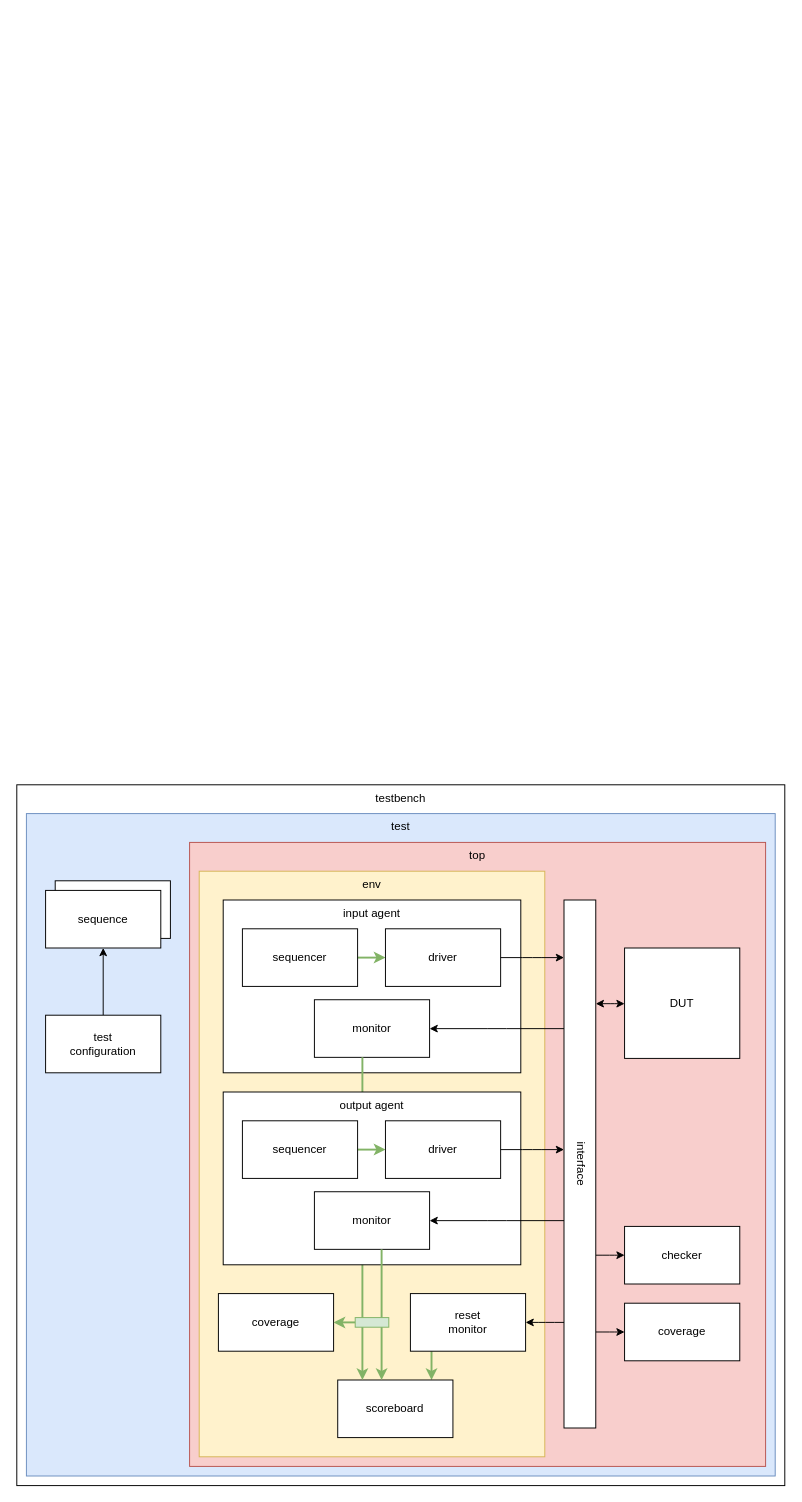
Before: project/diagram.drawio in kenny2817/PV, a draw.io diagram. Source tidied: cells renumbered, new cells numbered last; positions are measured from the earlier drawing's top-left corner, leaving out a move shared by most shapes. Both pictures are drawn from the tidied source at 96%, with x=0, y=0 at pixel (16, 784).
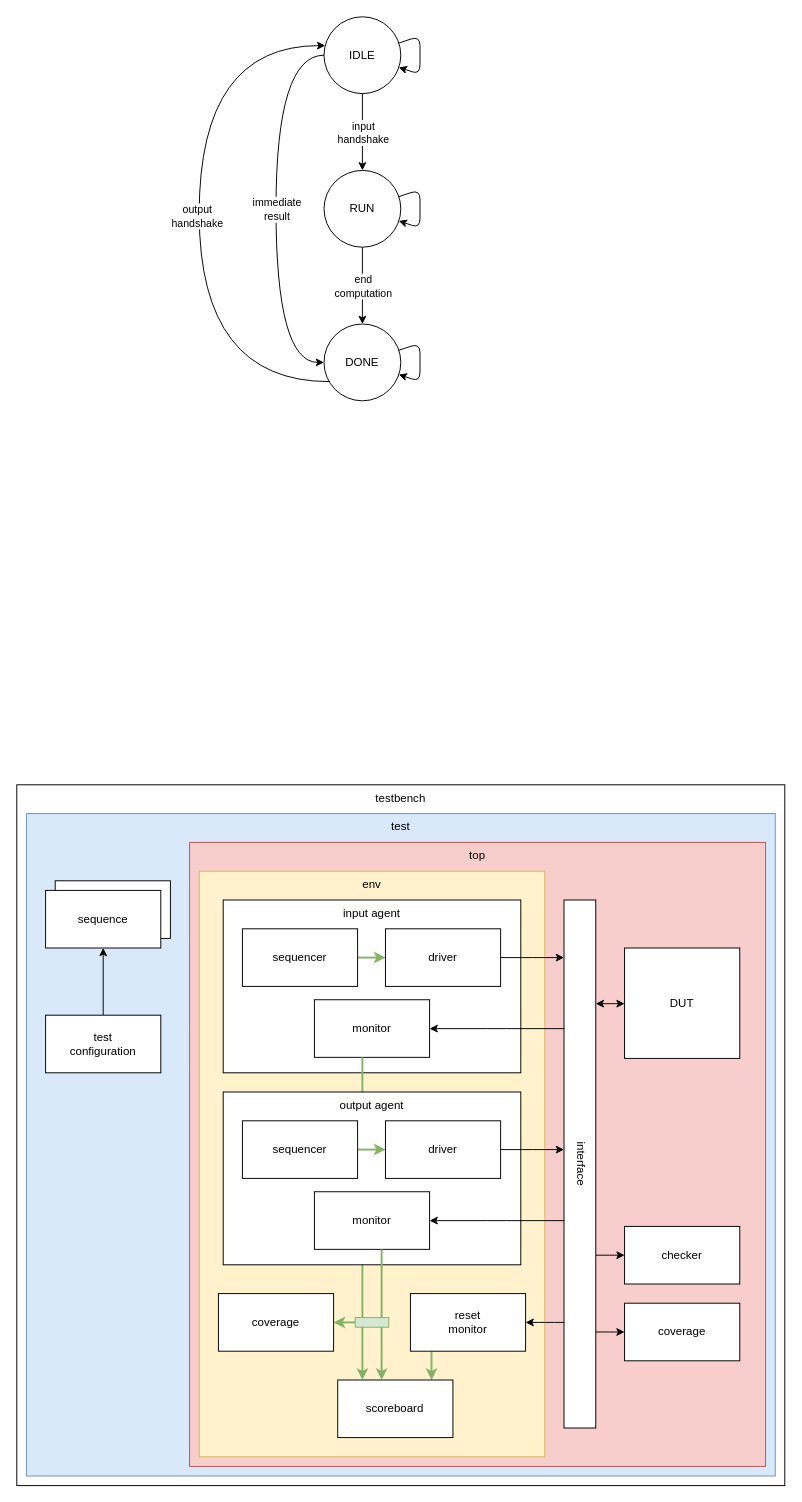
Above is the later version.

Commit message (it also covers changes not shown here):
feat(proj) formal + diagram

What changed in the source:
```diff
@@
+    <mxCell id="43" style="edgeStyle=orthogonalEdgeStyle;html=1;curved=1;" parent="1" edge="1" source="45" target="50">
+      <mxGeometry relative="1" as="geometry">
+        <Array as="points">
+          <mxPoint x="190" y="-420" />
+          <mxPoint x="190" y="-770" />
+        </Array>
+      </mxGeometry>
+    </mxCell>
+    <mxCell id="44" value="output&lt;div&gt;handshake&lt;/div&gt;" style="edgeLabel;html=1;align=center;verticalAlign=middle;" parent="43" vertex="1">
+      <mxGeometry y="3" relative="1" as="geometry" />
+    </mxCell>
+    <mxCell id="45" value="DONE" style="ellipse;whiteSpace=wrap;html=1;" parent="1" vertex="1">
+      <mxGeometry x="320" y="-480" width="80" height="80" as="geometry" />
+    </mxCell>
+    <mxCell id="46" style="edgeStyle=none;html=1;" parent="1" edge="1" source="50" target="56">
+      <mxGeometry relative="1" as="geometry" />
+    </mxCell>
+    <mxCell id="47" value="input&lt;div&gt;handshake&lt;/div&gt;" style="edgeLabel;html=1;align=center;verticalAlign=middle;" parent="46" vertex="1">
+      <mxGeometry x="0.04" y="2" relative="1" as="geometry">
+        <mxPoint x="-2" y="-2" as="offset" />
+      </mxGeometry>
+    </mxCell>
+    <mxCell id="48" style="edgeStyle=orthogonalEdgeStyle;html=1;curved=1;" parent="1" edge="1" source="50" target="45">
+      <mxGeometry relative="1" as="geometry">
+        <Array as="points">
+          <mxPoint x="270" y="-760" />
+          <mxPoint x="270" y="-440" />
+        </Array>
+      </mxGeometry>
+    </mxCell>
+    <mxCell id="49" value="immediate&lt;div&gt;result&lt;/div&gt;" style="edgeLabel;html=1;align=center;verticalAlign=middle;" parent="48" vertex="1">
+      <mxGeometry x="0.08" y="-2" relative="1" as="geometry">
+        <mxPoint x="2" y="-17" as="offset" />
+      </mxGeometry>
+    </mxCell>
+    <mxCell id="50" value="IDLE" style="ellipse;whiteSpace=wrap;html=1;" parent="1" vertex="1">
+      <mxGeometry x="320" y="-800" width="80" height="80" as="geometry" />
+    </mxCell>
+    <mxCell id="51" style="edgeStyle=none;html=1;" parent="1" edge="1" source="56" target="45">
+      <mxGeometry relative="1" as="geometry" />
+    </mxCell>
+    <mxCell id="52" value="end&lt;div&gt;computation&lt;/div&gt;" style="edgeLabel;html=1;align=center;verticalAlign=middle;" parent="51" vertex="1">
+      <mxGeometry x="0.09" relative="1" as="geometry">
+        <mxPoint y="-4" as="offset" />
+      </mxGeometry>
+    </mxCell>
+    <mxCell id="53" style="edgeStyle=none;html=1;" parent="1" edge="1" source="50" target="50">
+      <mxGeometry relative="1" as="geometry">
+        <Array as="points">
+          <mxPoint x="420" y="-740" />
+        </Array>
+      </mxGeometry>
+    </mxCell>
+    <mxCell id="54" style="edgeStyle=none;html=1;" parent="1" edge="1" source="56" target="56">
+      <mxGeometry relative="1" as="geometry">
+        <Array as="points">
+          <mxPoint x="420" y="-580" />
+        </Array>
+      </mxGeometry>
+    </mxCell>
+    <mxCell id="55" style="edgeStyle=none;html=1;" parent="1" edge="1" source="45" target="45">
+      <mxGeometry relative="1" as="geometry">
+        <Array as="points">
+          <mxPoint x="420" y="-420" />
+        </Array>
+      </mxGeometry>
+    </mxCell>
+    <mxCell id="56" value="RUN" style="ellipse;whiteSpace=wrap;html=1;" parent="1" vertex="1">
+      <mxGeometry x="320" y="-640" width="80" height="80" as="geometry" />
+    </mxCell>
```
